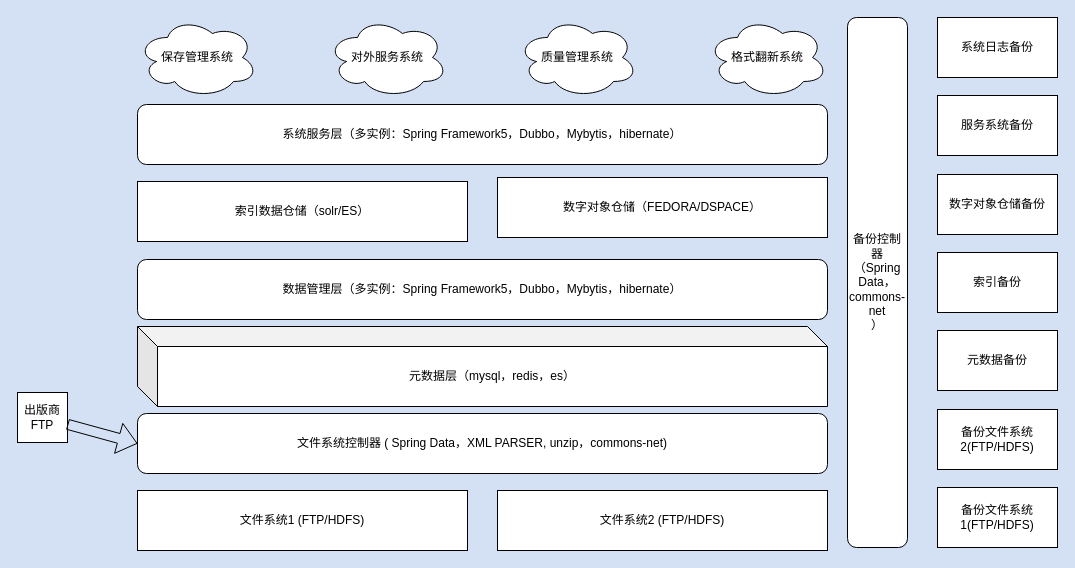
Earlier version of the draw.io diagram DPSNEW-sw.drawio (czjczj20/draw.io). Source tidied: cells renumbered, new cells numbered last; positions are measured from the earlier drawing's top-left corner, leaving out a move shared by most shapes. Both pictures are drawn from the tidied source at 100%, with x=0, y=0 at pixel (17, 17).
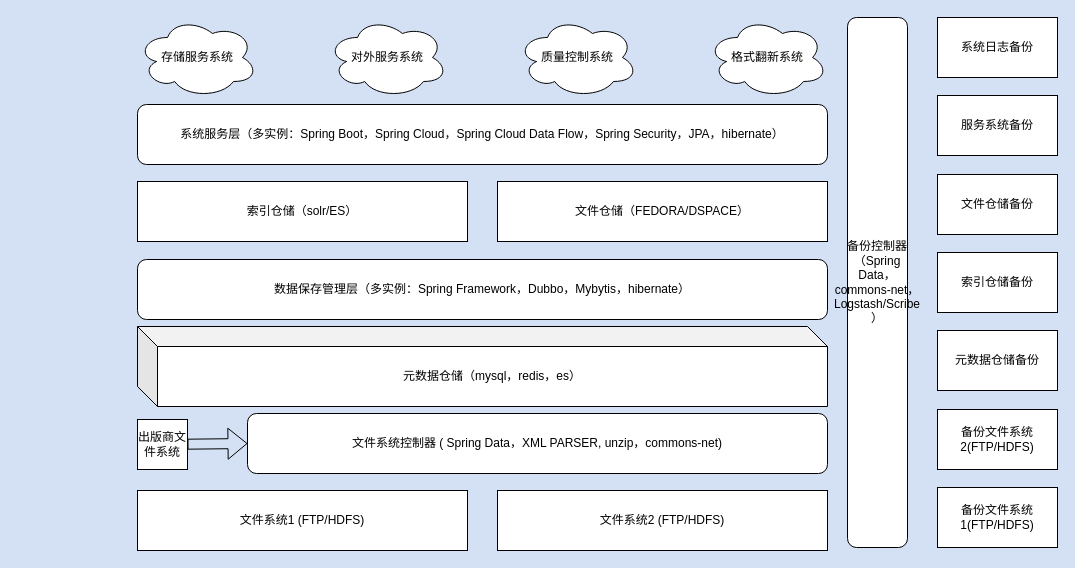
The same diagram, later.

What changed in the source:
```diff
@@
-    <mxCell id="2" value="出版商FTP" style="whiteSpace=wrap;html=1;" parent="1" vertex="1">
-      <mxGeometry y="375" width="50" height="50" as="geometry" />
+    <mxCell id="2" value="出版商文件系统" style="whiteSpace=wrap;html=1;" parent="1" vertex="1">
+      <mxGeometry x="120" y="402" width="50" height="50" as="geometry" />
     </mxCell>
@@
     <mxCell id="5" value="文件系统控制器 ( Spring Data，XML PARSER, unzip，&lt;span&gt;commons-net&lt;/span&gt;)" style="rounded=1;whiteSpace=wrap;html=1;" parent="1" vertex="1">
-      <mxGeometry x="120" y="396" width="690" height="60" as="geometry" />
+      <mxGeometry x="230" y="396" width="580" height="60" as="geometry" />
     </mxCell>
@@
-    <mxCell id="7" value="备份控制器（Spring Data，commons-net&lt;br&gt;）" style="rounded=1;whiteSpace=wrap;html=1;direction=south;" parent="1" vertex="1">
+    <mxCell id="7" value="备份控制器（Spring Data，commons-net，Logstash/Scribe&lt;br&gt;）" style="rounded=1;whiteSpace=wrap;html=1;direction=south;" parent="1" vertex="1">
       <mxGeometry x="830" width="60" height="530" as="geometry" />
     </mxCell>
@@
-    <mxCell id="10" value="元数据层（mysql，redis，es）" style="shape=cube;whiteSpace=wrap;html=1;boundedLbl=1;backgroundOutline=1;darkOpacity=0.05;darkOpacity2=0.1;" parent="1" vertex="1">
+    <mxCell id="10" value="元数据仓储（mysql，redis，es）" style="shape=cube;whiteSpace=wrap;html=1;boundedLbl=1;backgroundOutline=1;darkOpacity=0.05;darkOpacity2=0.1;" parent="1" vertex="1">
       <mxGeometry x="120" y="309" width="690" height="80" as="geometry" />
     </mxCell>
-    <mxCell id="11" value="索引数据仓储（solr/ES）" style="rounded=0;whiteSpace=wrap;html=1;" parent="1" vertex="1">
+    <mxCell id="11" value="索引仓储（solr/ES）" style="rounded=0;whiteSpace=wrap;html=1;" parent="1" vertex="1">
       <mxGeometry x="120" y="164" width="330" height="60" as="geometry" />
     </mxCell>
-    <mxCell id="12" value="数字对象仓储（FEDORA/DSPACE）" style="rounded=0;whiteSpace=wrap;html=1;" parent="1" vertex="1">
-      <mxGeometry x="480" y="160" width="330" height="60" as="geometry" />
+    <mxCell id="12" value="文件仓储（FEDORA/DSPACE）" style="rounded=0;whiteSpace=wrap;html=1;" parent="1" vertex="1">
+      <mxGeometry x="480" y="164" width="330" height="60" as="geometry" />
     </mxCell>
-    <mxCell id="13" value="元数据备份" style="rounded=0;whiteSpace=wrap;html=1;" parent="1" vertex="1">
+    <mxCell id="13" value="元数据仓储备份" style="rounded=0;whiteSpace=wrap;html=1;" parent="1" vertex="1">
       <mxGeometry x="920" y="313" width="120" height="60" as="geometry" />
     </mxCell>
-    <mxCell id="14" value="索引备份" style="rounded=0;whiteSpace=wrap;html=1;" parent="1" vertex="1">
+    <mxCell id="14" value="索引仓储备份" style="rounded=0;whiteSpace=wrap;html=1;" parent="1" vertex="1">
       <mxGeometry x="920" y="235" width="120" height="60" as="geometry" />
     </mxCell>
-    <mxCell id="15" value="数字对象仓储备份" style="rounded=0;whiteSpace=wrap;html=1;" parent="1" vertex="1">
+    <mxCell id="15" value="文件仓储备份" style="rounded=0;whiteSpace=wrap;html=1;" parent="1" vertex="1">
       <mxGeometry x="920" y="157" width="120" height="60" as="geometry" />
     </mxCell>
-    <mxCell id="16" value="数据管理层（多实例：Spring Framework5，Dubbo，Mybytis，hibernate）" style="rounded=1;whiteSpace=wrap;html=1;" parent="1" vertex="1">
+    <mxCell id="16" value="数据保存管理层（多实例：Spring Framework，Dubbo，Mybytis，hibernate）" style="rounded=1;whiteSpace=wrap;html=1;" parent="1" vertex="1">
       <mxGeometry x="120" y="242" width="690" height="60" as="geometry" />
     </mxCell>
-    <mxCell id="17" value="保存管理系统" style="ellipse;shape=cloud;whiteSpace=wrap;html=1;" parent="1" vertex="1">
+    <mxCell id="17" value="存储服务系统" style="ellipse;shape=cloud;whiteSpace=wrap;html=1;" parent="1" vertex="1">
       <mxGeometry x="120" width="120" height="80" as="geometry" />
     </mxCell>
@@
-    <mxCell id="19" value="质量管理系统" style="ellipse;shape=cloud;whiteSpace=wrap;html=1;" parent="1" vertex="1">
+    <mxCell id="19" value="质量控制系统" style="ellipse;shape=cloud;whiteSpace=wrap;html=1;" parent="1" vertex="1">
       <mxGeometry x="500" width="120" height="80" as="geometry" />
     </mxCell>
@@
-    <mxCell id="23" value="系统服务层（多实例：Spring Framework5，Dubbo，Mybytis，hibernate）" style="rounded=1;whiteSpace=wrap;html=1;" parent="1" vertex="1">
+    <mxCell id="23" value="系统服务层（多实例：Spring Boot，Spring Cloud，Spring Cloud Data Flow，Spring Security，JPA，hibernate）" style="rounded=1;whiteSpace=wrap;html=1;" parent="1" vertex="1">
       <mxGeometry x="120" y="87" width="690" height="60" as="geometry" />
     </mxCell>
```
